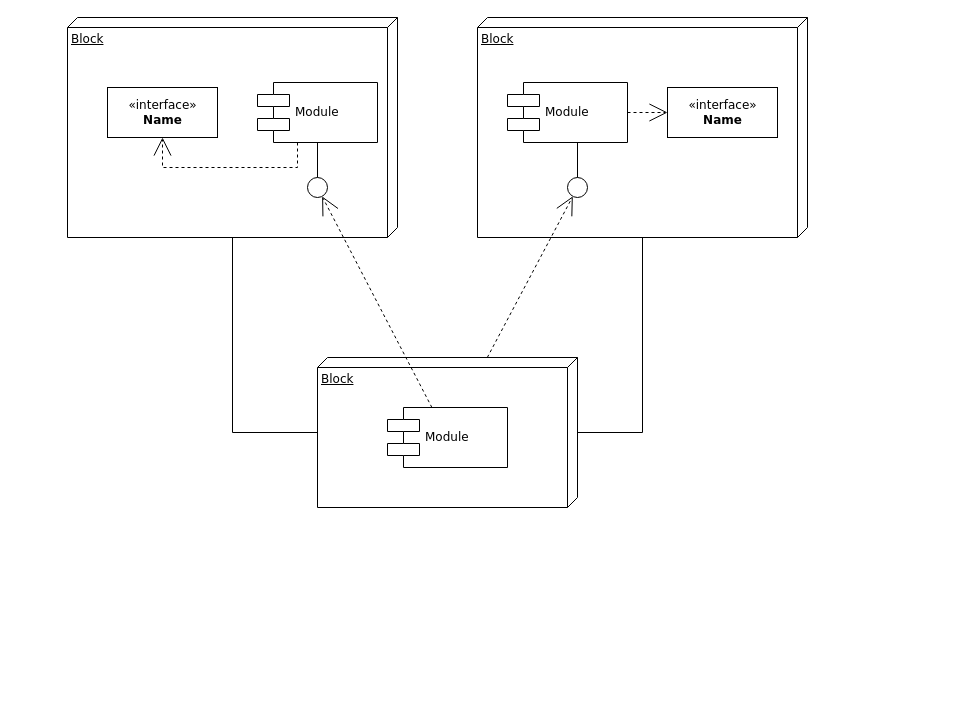
Before: .repo-resources/abstraction-layer/byte-flow-architecture.drawio in Electrostat-Lab/Serial4j, a draw.io diagram. Source tidied: cells renumbered, new cells numbered last; positions are measured from the earlier drawing's top-left corner, leaving out a move shared by most shapes. Both pictures are drawn from the tidied source at 100%, with x=0, y=0 at pixel (67, 17).
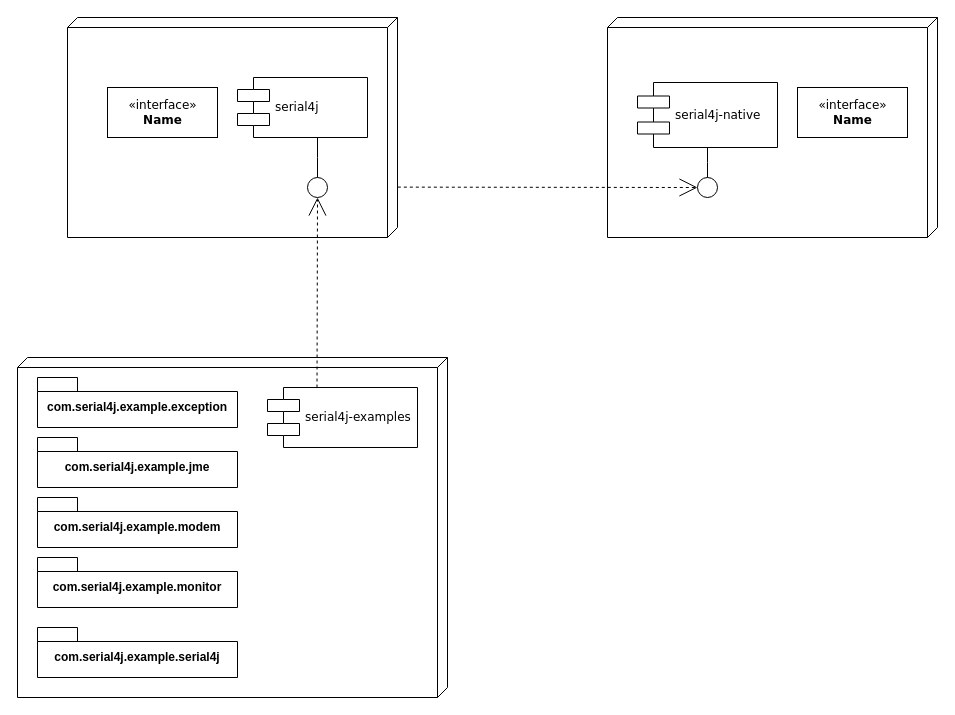
The same diagram, later.

The change refers to these unchanged cells:
```xml
<mxCell id="5" value="&amp;laquo;interface&amp;raquo;&lt;br&gt;&lt;b&gt;Name&lt;/b&gt;" style="html=1;rounded=0;shadow=0;comic=0;labelBackgroundColor=none;strokeWidth=1;fontFamily=Verdana;fontSize=12;align=center;" parent="1" vertex="1">
  <mxGeometry x="40" y="70" width="110" height="50" as="geometry" />
</mxCell>
<mxCell id="7" style="ellipse;whiteSpace=wrap;html=1;rounded=0;shadow=0;comic=0;labelBackgroundColor=none;strokeWidth=1;fontFamily=Verdana;fontSize=12;align=center;" parent="1" vertex="1">
  <mxGeometry x="240" y="160" width="20" height="20" as="geometry" />
</mxCell>
```

Change to the diagram source:
```diff
@@
-    <mxCell id="2" value="Block" style="verticalAlign=top;align=left;spacingTop=8;spacingLeft=2;spacingRight=12;shape=cube;size=10;direction=south;fontStyle=4;html=1;rounded=0;shadow=0;comic=0;labelBackgroundColor=none;strokeWidth=1;fontFamily=Verdana;fontSize=12;" parent="1" vertex="1">
+    <mxCell id="2" style="verticalAlign=top;align=left;spacingTop=8;spacingLeft=2;spacingRight=12;shape=cube;size=10;direction=south;fontStyle=4;html=1;rounded=0;shadow=0;comic=0;labelBackgroundColor=none;strokeWidth=1;fontFamily=Verdana;fontSize=12;" parent="1" vertex="1">
       <mxGeometry width="330" height="220" as="geometry" />
     </mxCell>
-    <mxCell id="3" value="Block" style="verticalAlign=top;align=left;spacingTop=8;spacingLeft=2;spacingRight=12;shape=cube;size=10;direction=south;fontStyle=4;html=1;rounded=0;shadow=0;comic=0;labelBackgroundColor=none;strokeWidth=1;fontFamily=Verdana;fontSize=12;" parent="1" vertex="1">
-      <mxGeometry x="410" width="330" height="220" as="geometry" />
+    <mxCell id="3" style="verticalAlign=top;align=left;spacingTop=8;spacingLeft=2;spacingRight=12;shape=cube;size=10;direction=south;fontStyle=4;html=1;rounded=0;shadow=0;comic=0;labelBackgroundColor=none;strokeWidth=1;fontFamily=Verdana;fontSize=12;" parent="1" vertex="1">
+      <mxGeometry x="540" width="330" height="220" as="geometry" />
     </mxCell>
-    <mxCell id="4" value="Block" style="verticalAlign=top;align=left;spacingTop=8;spacingLeft=2;spacingRight=12;shape=cube;size=10;direction=south;fontStyle=4;html=1;rounded=0;shadow=0;comic=0;labelBackgroundColor=none;strokeWidth=1;fontFamily=Verdana;fontSize=12;" parent="1" vertex="1">
-      <mxGeometry x="250" y="340" width="260" height="150" as="geometry" />
+    <mxCell id="4" value="&lt;br&gt;" style="verticalAlign=top;align=left;spacingTop=8;spacingLeft=2;spacingRight=12;shape=cube;size=10;direction=south;fontStyle=4;html=1;rounded=0;shadow=0;comic=0;labelBackgroundColor=none;strokeWidth=1;fontFamily=Verdana;fontSize=12;" parent="1" vertex="1">
+      <mxGeometry x="-50" y="340" width="430" height="340" as="geometry" />
     </mxCell>
@@
-    <mxCell id="6" value="Module" style="shape=component;align=left;spacingLeft=36;rounded=0;shadow=0;comic=0;labelBackgroundColor=none;strokeWidth=1;fontFamily=Verdana;fontSize=12;html=1;" parent="1" vertex="1">
-      <mxGeometry x="190" y="65" width="120" height="60" as="geometry" />
+    <mxCell id="6" value="serial4j" style="shape=component;align=left;spacingLeft=36;rounded=0;shadow=0;comic=0;labelBackgroundColor=none;strokeWidth=1;fontFamily=Verdana;fontSize=12;html=1;" parent="1" vertex="1">
+      <mxGeometry x="170" y="60" width="130" height="60" as="geometry" />
     </mxCell>
@@
-    <mxCell id="8" value="Module" style="shape=component;align=left;spacingLeft=36;rounded=0;shadow=0;comic=0;labelBackgroundColor=none;strokeWidth=1;fontFamily=Verdana;fontSize=12;html=1;" parent="1" vertex="1">
-      <mxGeometry x="440" y="65" width="120" height="60" as="geometry" />
+    <mxCell id="8" value="serial4j-native" style="shape=component;align=left;spacingLeft=36;rounded=0;shadow=0;comic=0;labelBackgroundColor=none;strokeWidth=1;fontFamily=Verdana;fontSize=12;html=1;" parent="1" vertex="1">
+      <mxGeometry x="570" y="65" width="140" height="65" as="geometry" />
     </mxCell>
     <mxCell id="9" value="&amp;laquo;interface&amp;raquo;&lt;br&gt;&lt;b&gt;Name&lt;/b&gt;" style="html=1;rounded=0;shadow=0;comic=0;labelBackgroundColor=none;strokeWidth=1;fontFamily=Verdana;fontSize=12;align=center;" parent="1" vertex="1">
-      <mxGeometry x="600" y="70" width="110" height="50" as="geometry" />
+      <mxGeometry x="730" y="70" width="110" height="50" as="geometry" />
     </mxCell>
     <mxCell id="10" style="ellipse;whiteSpace=wrap;html=1;rounded=0;shadow=0;comic=0;labelBackgroundColor=none;strokeWidth=1;fontFamily=Verdana;fontSize=12;align=center;" parent="1" vertex="1">
-      <mxGeometry x="500" y="160" width="20" height="20" as="geometry" />
+      <mxGeometry x="630" y="160" width="20" height="20" as="geometry" />
     </mxCell>
-    <mxCell id="11" value="Module" style="shape=component;align=left;spacingLeft=36;rounded=0;shadow=0;comic=0;labelBackgroundColor=none;strokeWidth=1;fontFamily=Verdana;fontSize=12;html=1;" parent="1" vertex="1">
-      <mxGeometry x="320" y="390" width="120" height="60" as="geometry" />
+    <mxCell id="11" value="serial4j-examples" style="shape=component;align=left;spacingLeft=36;rounded=0;shadow=0;comic=0;labelBackgroundColor=none;strokeWidth=1;fontFamily=Verdana;fontSize=12;html=1;" parent="1" vertex="1">
+      <mxGeometry x="200" y="370" width="150" height="60" as="geometry" />
     </mxCell>
-    <mxCell id="12" style="edgeStyle=none;rounded=0;html=1;dashed=1;labelBackgroundColor=none;startArrow=none;startFill=0;startSize=8;endArrow=open;endFill=0;endSize=16;fontFamily=Verdana;fontSize=12;" parent="1" edge="1" source="11" target="7">
+    <mxCell id="12" style="edgeStyle=none;rounded=0;html=1;dashed=1;labelBackgroundColor=none;startArrow=none;startFill=0;startSize=8;endArrow=open;endFill=0;endSize=16;fontFamily=Verdana;fontSize=12;exitX=0.33;exitY=0;exitDx=0;exitDy=0;exitPerimeter=0;" parent="1" edge="1" source="11" target="7">
       <mxGeometry relative="1" as="geometry" />
     </mxCell>
-    <mxCell id="13" style="edgeStyle=none;rounded=0;html=1;dashed=1;labelBackgroundColor=none;startArrow=none;startFill=0;startSize=8;endArrow=open;endFill=0;endSize=16;fontFamily=Verdana;fontSize=12;" parent="1" edge="1" source="4" target="10">
-      <mxGeometry relative="1" as="geometry" />
-    </mxCell>
@@
-    <mxCell id="16" style="edgeStyle=orthogonalEdgeStyle;rounded=0;html=1;labelBackgroundColor=none;startArrow=none;startFill=0;startSize=8;endArrow=open;endFill=0;endSize=16;fontFamily=Verdana;fontSize=12;dashed=1;" parent="1" edge="1" source="6" target="5">
-      <mxGeometry relative="1" as="geometry">
-        <Array as="points">
-          <mxPoint x="230" y="150" />
-          <mxPoint x="95" y="150" />
-        </Array>
-      </mxGeometry>
-    </mxCell>
-    <mxCell id="17" style="edgeStyle=orthogonalEdgeStyle;rounded=0;html=1;dashed=1;labelBackgroundColor=none;startArrow=none;startFill=0;startSize=8;endArrow=open;endFill=0;endSize=16;fontFamily=Verdana;fontSize=12;" parent="1" edge="1" source="8" target="9">
-      <mxGeometry relative="1" as="geometry" />
-    </mxCell>
-    <mxCell id="18" style="edgeStyle=orthogonalEdgeStyle;rounded=0;html=1;labelBackgroundColor=none;startArrow=none;startFill=0;startSize=8;endArrow=none;endFill=0;endSize=16;fontFamily=Verdana;fontSize=12;" parent="1" edge="1" source="4" target="3">
-      <mxGeometry relative="1" as="geometry">
-        <Array as="points">
-          <mxPoint x="575" y="415" />
-        </Array>
-      </mxGeometry>
-    </mxCell>
-    <mxCell id="19" style="edgeStyle=orthogonalEdgeStyle;rounded=0;html=1;labelBackgroundColor=none;startArrow=none;startFill=0;startSize=8;endArrow=none;endFill=0;endSize=16;fontFamily=Verdana;fontSize=12;" parent="1" edge="1" source="4" target="2">
-      <mxGeometry relative="1" as="geometry">
-        <Array as="points">
-          <mxPoint x="165" y="415" />
-        </Array>
-      </mxGeometry>
-    </mxCell>
+    <mxCell id="20" value="com.serial4j.example.exception" style="shape=folder;fontStyle=1;spacingTop=10;tabWidth=40;tabHeight=14;tabPosition=left;html=1;whiteSpace=wrap;" parent="1" vertex="1">
+      <mxGeometry x="-30" y="360" width="200" height="50" as="geometry" />
+    </mxCell>
+    <mxCell id="21" value="com.serial4j.example.jme" style="shape=folder;fontStyle=1;spacingTop=10;tabWidth=40;tabHeight=14;tabPosition=left;html=1;whiteSpace=wrap;" parent="1" vertex="1">
+      <mxGeometry x="-30" y="420" width="200" height="50" as="geometry" />
+    </mxCell>
+    <mxCell id="22" value="com.serial4j.example.modem" style="shape=folder;fontStyle=1;spacingTop=10;tabWidth=40;tabHeight=14;tabPosition=left;html=1;whiteSpace=wrap;" parent="1" vertex="1">
+      <mxGeometry x="-30" y="480" width="200" height="50" as="geometry" />
+    </mxCell>
+    <mxCell id="23" value="com.serial4j.example.monitor" style="shape=folder;fontStyle=1;spacingTop=10;tabWidth=40;tabHeight=14;tabPosition=left;html=1;whiteSpace=wrap;" parent="1" vertex="1">
+      <mxGeometry x="-30" y="540" width="200" height="50" as="geometry" />
+    </mxCell>
+    <mxCell id="24" value="com.serial4j.example.serial4j" style="shape=folder;fontStyle=1;spacingTop=10;tabWidth=40;tabHeight=14;tabPosition=left;html=1;whiteSpace=wrap;" parent="1" vertex="1">
+      <mxGeometry x="-30" y="610" width="200" height="50" as="geometry" />
+    </mxCell>
+    <mxCell id="25" style="edgeStyle=none;rounded=0;html=1;dashed=1;labelBackgroundColor=none;startArrow=none;startFill=0;startSize=8;endArrow=open;endFill=0;endSize=16;fontFamily=Verdana;fontSize=12;exitX=0.771;exitY=-0.001;exitDx=0;exitDy=0;exitPerimeter=0;" parent="1" edge="1" source="2" target="10">
+      <mxGeometry relative="1" as="geometry" />
+    </mxCell>
```
